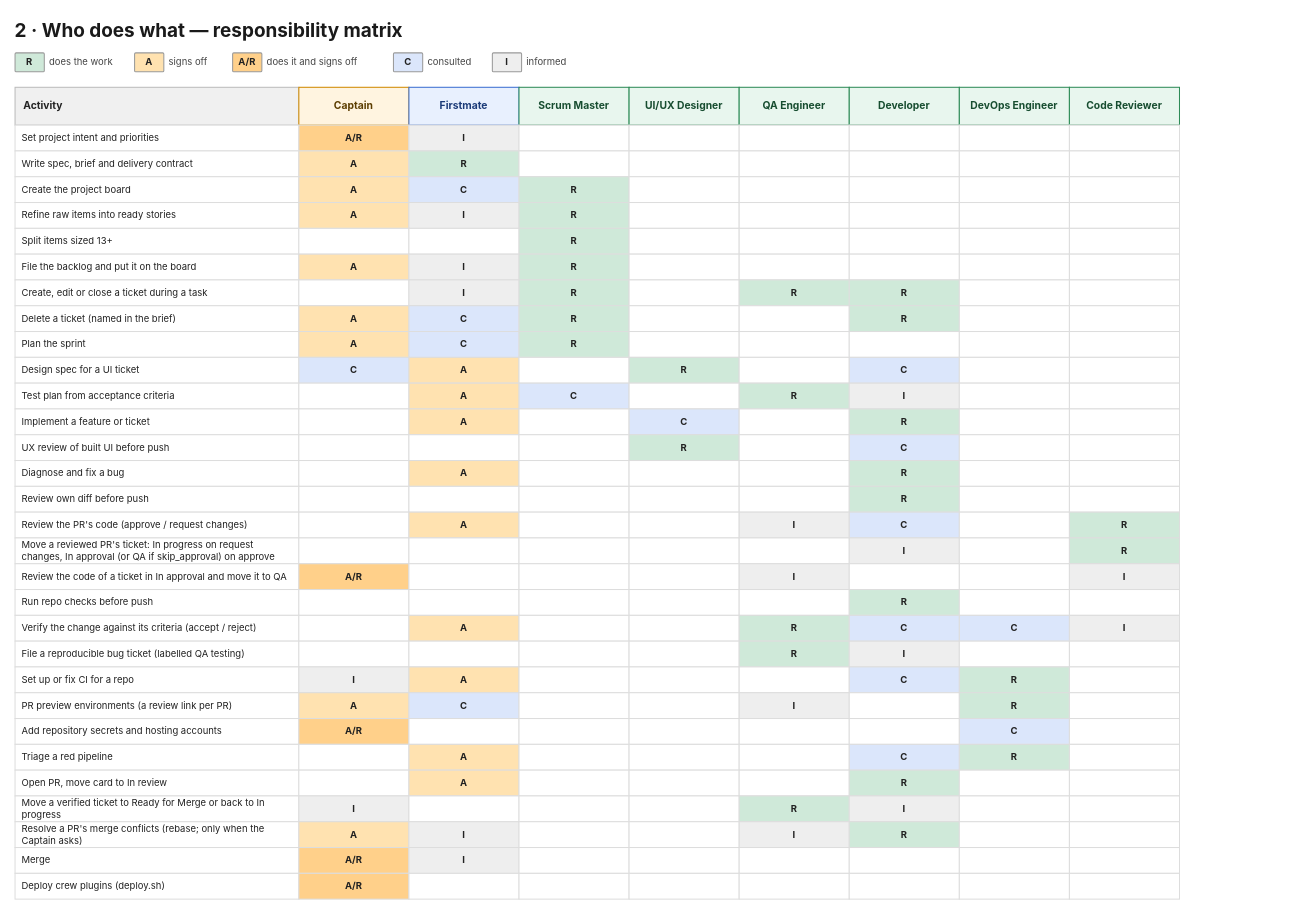
Above: page "2 · Responsibility matrix" (2 of 3) of docs/firstmate/team.drawio in shulginilya/ai_agency_plugins (draw.io), before the change. Source tidied: cells renumbered, new cells numbered last; positions are measured from the earlier drawing's top-left corner, leaving out a move shared by most shapes. Both pictures are drawn from the tidied source at 86%, with x=0, y=0 at pixel (15, 15).
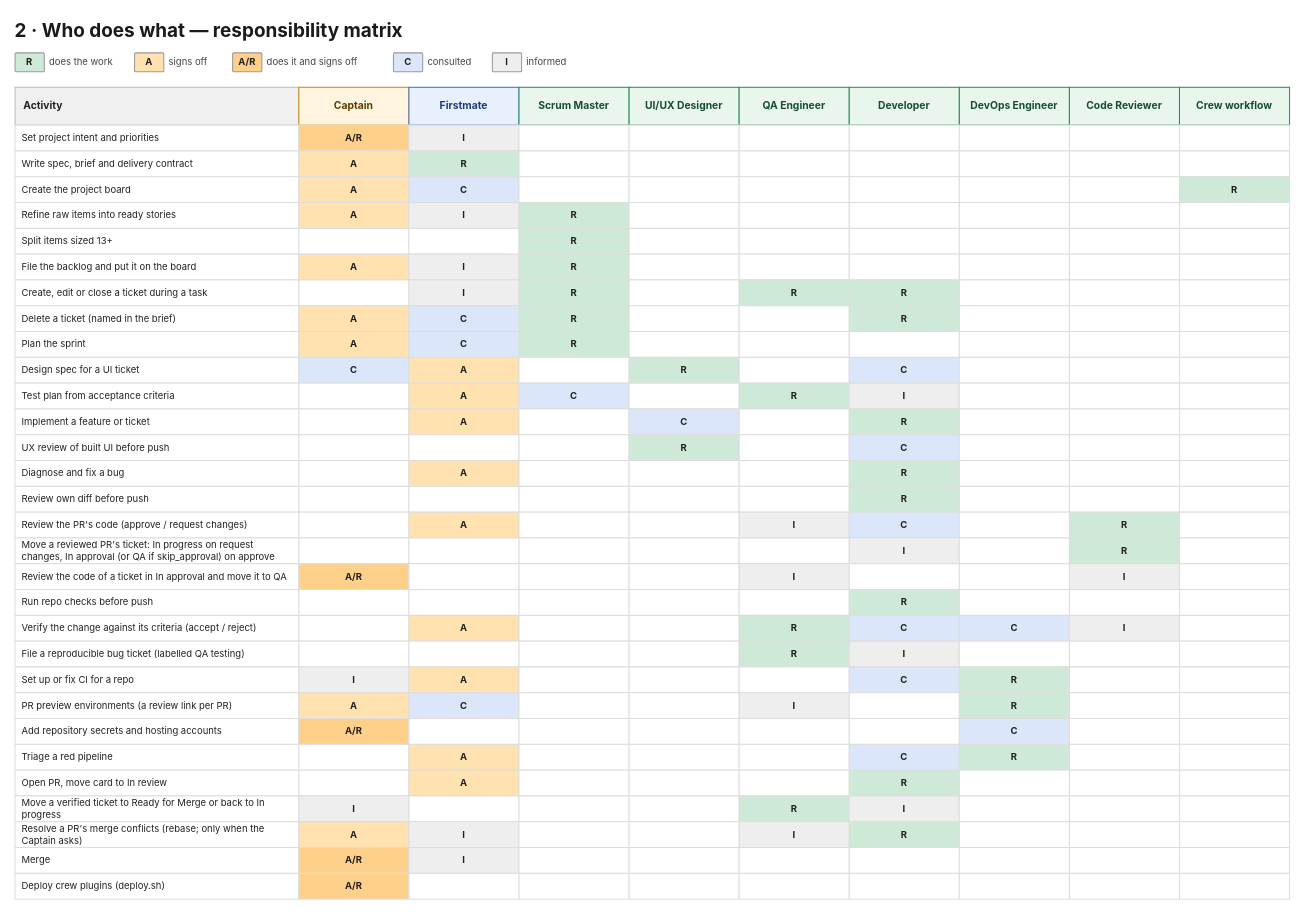
The same diagram, later.

Commit message (it also covers changes not shown here):
chore(firstmate): regenerate crew diagram [skip ci]

Change to the diagram source:
```diff
@@
+    <mxCell id="292" value="&lt;div style=&quot;font-size:12px;&quot;&gt;&lt;b&gt;Crew workflow&lt;/b&gt;&lt;/div&gt;" style="rounded=0;arcSize=6;whiteSpace=wrap;html=1;fillColor=#e8f6ee;strokeColor=#2e8b57;fontColor=#174d30;strokeWidth=1.2;align=center;verticalAlign=middle;spacing=4;fontFamily=Inter;" parent="1" vertex="1">
+      <mxGeometry x="1354" y="84" width="128" height="44" as="geometry" />
+    </mxCell>
@@
+    <mxCell id="293" value="&lt;div style=&quot;font-size:11px;&quot;&gt;&lt;/div&gt;" style="rounded=0;arcSize=6;whiteSpace=wrap;html=1;fillColor=#ffffff;strokeColor=#dddddd;fontColor=#222222;strokeWidth=1.2;align=center;verticalAlign=middle;spacing=2;fontFamily=Inter;" parent="1" vertex="1">
+      <mxGeometry x="1354" y="128" width="128" height="30" as="geometry" />
+    </mxCell>
@@
+    <mxCell id="294" value="&lt;div style=&quot;font-size:11px;&quot;&gt;&lt;/div&gt;" style="rounded=0;arcSize=6;whiteSpace=wrap;html=1;fillColor=#ffffff;strokeColor=#dddddd;fontColor=#222222;strokeWidth=1.2;align=center;verticalAlign=middle;spacing=2;fontFamily=Inter;" parent="1" vertex="1">
+      <mxGeometry x="1354" y="158" width="128" height="30" as="geometry" />
+    </mxCell>
@@
-    <mxCell id="43" value="&lt;div style=&quot;font-size:11px;&quot;&gt;&lt;b&gt;R&lt;/b&gt;&lt;/div&gt;" style="rounded=0;arcSize=6;whiteSpace=wrap;html=1;fillColor=#cfe9d9;strokeColor=#dddddd;fontColor=#222222;strokeWidth=1.2;align=center;verticalAlign=middle;spacing=2;fontFamily=Inter;" parent="1" vertex="1">
+    <mxCell id="43" value="&lt;div style=&quot;font-size:11px;&quot;&gt;&lt;/div&gt;" style="rounded=0;arcSize=6;whiteSpace=wrap;html=1;fillColor=#ffffff;strokeColor=#dddddd;fontColor=#222222;strokeWidth=1.2;align=center;verticalAlign=middle;spacing=2;fontFamily=Inter;" parent="1" vertex="1">
       <mxGeometry x="586" y="188" width="128" height="30" as="geometry" />
     </mxCell>
@@
+    <mxCell id="295" value="&lt;div style=&quot;font-size:11px;&quot;&gt;&lt;b&gt;R&lt;/b&gt;&lt;/div&gt;" style="rounded=0;arcSize=6;whiteSpace=wrap;html=1;fillColor=#cfe9d9;strokeColor=#dddddd;fontColor=#222222;strokeWidth=1.2;align=center;verticalAlign=middle;spacing=2;fontFamily=Inter;" parent="1" vertex="1">
+      <mxGeometry x="1354" y="188" width="128" height="30" as="geometry" />
+    </mxCell>
@@
+    <mxCell id="296" value="&lt;div style=&quot;font-size:11px;&quot;&gt;&lt;/div&gt;" style="rounded=0;arcSize=6;whiteSpace=wrap;html=1;fillColor=#ffffff;strokeColor=#dddddd;fontColor=#222222;strokeWidth=1.2;align=center;verticalAlign=middle;spacing=2;fontFamily=Inter;" parent="1" vertex="1">
+      <mxGeometry x="1354" y="218" width="128" height="30" as="geometry" />
+    </mxCell>
@@
+    <mxCell id="297" value="&lt;div style=&quot;font-size:11px;&quot;&gt;&lt;/div&gt;" style="rounded=0;arcSize=6;whiteSpace=wrap;html=1;fillColor=#ffffff;strokeColor=#dddddd;fontColor=#222222;strokeWidth=1.2;align=center;verticalAlign=middle;spacing=2;fontFamily=Inter;" parent="1" vertex="1">
+      <mxGeometry x="1354" y="248" width="128" height="30" as="geometry" />
+    </mxCell>
@@
+    <mxCell id="298" value="&lt;div style=&quot;font-size:11px;&quot;&gt;&lt;/div&gt;" style="rounded=0;arcSize=6;whiteSpace=wrap;html=1;fillColor=#ffffff;strokeColor=#dddddd;fontColor=#222222;strokeWidth=1.2;align=center;verticalAlign=middle;spacing=2;fontFamily=Inter;" parent="1" vertex="1">
+      <mxGeometry x="1354" y="278" width="128" height="30" as="geometry" />
+    </mxCell>
@@
+    <mxCell id="299" value="&lt;div style=&quot;font-size:11px;&quot;&gt;&lt;/div&gt;" style="rounded=0;arcSize=6;whiteSpace=wrap;html=1;fillColor=#ffffff;strokeColor=#dddddd;fontColor=#222222;strokeWidth=1.2;align=center;verticalAlign=middle;spacing=2;fontFamily=Inter;" parent="1" vertex="1">
+      <mxGeometry x="1354" y="308" width="128" height="30" as="geometry" />
+    </mxCell>
@@
+    <mxCell id="300" value="&lt;div style=&quot;font-size:11px;&quot;&gt;&lt;/div&gt;" style="rounded=0;arcSize=6;whiteSpace=wrap;html=1;fillColor=#ffffff;strokeColor=#dddddd;fontColor=#222222;strokeWidth=1.2;align=center;verticalAlign=middle;spacing=2;fontFamily=Inter;" parent="1" vertex="1">
+      <mxGeometry x="1354" y="338" width="128" height="30" as="geometry" />
+    </mxCell>
@@
+    <mxCell id="301" value="&lt;div style=&quot;font-size:11px;&quot;&gt;&lt;/div&gt;" style="rounded=0;arcSize=6;whiteSpace=wrap;html=1;fillColor=#ffffff;strokeColor=#dddddd;fontColor=#222222;strokeWidth=1.2;align=center;verticalAlign=middle;spacing=2;fontFamily=Inter;" parent="1" vertex="1">
+      <mxGeometry x="1354" y="368" width="128" height="30" as="geometry" />
+    </mxCell>
@@
+    <mxCell id="302" value="&lt;div style=&quot;font-size:11px;&quot;&gt;&lt;/div&gt;" style="rounded=0;arcSize=6;whiteSpace=wrap;html=1;fillColor=#ffffff;strokeColor=#dddddd;fontColor=#222222;strokeWidth=1.2;align=center;verticalAlign=middle;spacing=2;fontFamily=Inter;" parent="1" vertex="1">
+      <mxGeometry x="1354" y="398" width="128" height="30" as="geometry" />
+    </mxCell>
@@
+    <mxCell id="303" value="&lt;div style=&quot;font-size:11px;&quot;&gt;&lt;/div&gt;" style="rounded=0;arcSize=6;whiteSpace=wrap;html=1;fillColor=#ffffff;strokeColor=#dddddd;fontColor=#222222;strokeWidth=1.2;align=center;verticalAlign=middle;spacing=2;fontFamily=Inter;" parent="1" vertex="1">
+      <mxGeometry x="1354" y="428" width="128" height="30" as="geometry" />
+    </mxCell>
@@
+    <mxCell id="304" value="&lt;div style=&quot;font-size:11px;&quot;&gt;&lt;/div&gt;" style="rounded=0;arcSize=6;whiteSpace=wrap;html=1;fillColor=#ffffff;strokeColor=#dddddd;fontColor=#222222;strokeWidth=1.2;align=center;verticalAlign=middle;spacing=2;fontFamily=Inter;" parent="1" vertex="1">
+      <mxGeometry x="1354" y="458" width="128" height="30" as="geometry" />
+    </mxCell>
@@
+    <mxCell id="305" value="&lt;div style=&quot;font-size:11px;&quot;&gt;&lt;/div&gt;" style="rounded=0;arcSize=6;whiteSpace=wrap;html=1;fillColor=#ffffff;strokeColor=#dddddd;fontColor=#222222;strokeWidth=1.2;align=center;verticalAlign=middle;spacing=2;fontFamily=Inter;" parent="1" vertex="1">
+      <mxGeometry x="1354" y="488" width="128" height="30" as="geometry" />
+    </mxCell>
@@
+    <mxCell id="306" value="&lt;div style=&quot;font-size:11px;&quot;&gt;&lt;/div&gt;" style="rounded=0;arcSize=6;whiteSpace=wrap;html=1;fillColor=#ffffff;strokeColor=#dddddd;fontColor=#222222;strokeWidth=1.2;align=center;verticalAlign=middle;spacing=2;fontFamily=Inter;" parent="1" vertex="1">
+      <mxGeometry x="1354" y="518" width="128" height="30" as="geometry" />
+    </mxCell>
@@
+    <mxCell id="307" value="&lt;div style=&quot;font-size:11px;&quot;&gt;&lt;/div&gt;" style="rounded=0;arcSize=6;whiteSpace=wrap;html=1;fillColor=#ffffff;strokeColor=#dddddd;fontColor=#222222;strokeWidth=1.2;align=center;verticalAlign=middle;spacing=2;fontFamily=Inter;" parent="1" vertex="1">
+      <mxGeometry x="1354" y="548" width="128" height="30" as="geometry" />
+    </mxCell>
@@
+    <mxCell id="308" value="&lt;div style=&quot;font-size:11px;&quot;&gt;&lt;/div&gt;" style="rounded=0;arcSize=6;whiteSpace=wrap;html=1;fillColor=#ffffff;strokeColor=#dddddd;fontColor=#222222;strokeWidth=1.2;align=center;verticalAlign=middle;spacing=2;fontFamily=Inter;" parent="1" vertex="1">
+      <mxGeometry x="1354" y="578" width="128" height="30" as="geometry" />
+    </mxCell>
@@
+    <mxCell id="309" value="&lt;div style=&quot;font-size:11px;&quot;&gt;&lt;/div&gt;" style="rounded=0;arcSize=6;whiteSpace=wrap;html=1;fillColor=#ffffff;strokeColor=#dddddd;fontColor=#222222;strokeWidth=1.2;align=center;verticalAlign=middle;spacing=2;fontFamily=Inter;" parent="1" vertex="1">
+      <mxGeometry x="1354" y="608" width="128" height="30" as="geometry" />
+    </mxCell>
@@
+    <mxCell id="310" value="&lt;div style=&quot;font-size:11px;&quot;&gt;&lt;/div&gt;" style="rounded=0;arcSize=6;whiteSpace=wrap;html=1;fillColor=#ffffff;strokeColor=#dddddd;fontColor=#222222;strokeWidth=1.2;align=center;verticalAlign=middle;spacing=2;fontFamily=Inter;" parent="1" vertex="1">
+      <mxGeometry x="1354" y="638" width="128" height="30" as="geometry" />
+    </mxCell>
@@
+    <mxCell id="311" value="&lt;div style=&quot;font-size:11px;&quot;&gt;&lt;/div&gt;" style="rounded=0;arcSize=6;whiteSpace=wrap;html=1;fillColor=#ffffff;strokeColor=#dddddd;fontColor=#222222;strokeWidth=1.2;align=center;verticalAlign=middle;spacing=2;fontFamily=Inter;" parent="1" vertex="1">
+      <mxGeometry x="1354" y="668" width="128" height="30" as="geometry" />
+    </mxCell>
@@
+    <mxCell id="312" value="&lt;div style=&quot;font-size:11px;&quot;&gt;&lt;/div&gt;" style="rounded=0;arcSize=6;whiteSpace=wrap;html=1;fillColor=#ffffff;strokeColor=#dddddd;fontColor=#222222;strokeWidth=1.2;align=center;verticalAlign=middle;spacing=2;fontFamily=Inter;" parent="1" vertex="1">
+      <mxGeometry x="1354" y="698" width="128" height="30" as="geometry" />
+    </mxCell>
@@
+    <mxCell id="313" value="&lt;div style=&quot;font-size:11px;&quot;&gt;&lt;/div&gt;" style="rounded=0;arcSize=6;whiteSpace=wrap;html=1;fillColor=#ffffff;strokeColor=#dddddd;fontColor=#222222;strokeWidth=1.2;align=center;verticalAlign=middle;spacing=2;fontFamily=Inter;" parent="1" vertex="1">
+      <mxGeometry x="1354" y="728" width="128" height="30" as="geometry" />
+    </mxCell>
@@
+    <mxCell id="314" value="&lt;div style=&quot;font-size:11px;&quot;&gt;&lt;/div&gt;" style="rounded=0;arcSize=6;whiteSpace=wrap;html=1;fillColor=#ffffff;strokeColor=#dddddd;fontColor=#222222;strokeWidth=1.2;align=center;verticalAlign=middle;spacing=2;fontFamily=Inter;" parent="1" vertex="1">
+      <mxGeometry x="1354" y="758" width="128" height="30" as="geometry" />
+    </mxCell>
@@
+    <mxCell id="315" value="&lt;div style=&quot;font-size:11px;&quot;&gt;&lt;/div&gt;" style="rounded=0;arcSize=6;whiteSpace=wrap;html=1;fillColor=#ffffff;strokeColor=#dddddd;fontColor=#222222;strokeWidth=1.2;align=center;verticalAlign=middle;spacing=2;fontFamily=Inter;" parent="1" vertex="1">
+      <mxGeometry x="1354" y="788" width="128" height="30" as="geometry" />
+    </mxCell>
@@
+    <mxCell id="316" value="&lt;div style=&quot;font-size:11px;&quot;&gt;&lt;/div&gt;" style="rounded=0;arcSize=6;whiteSpace=wrap;html=1;fillColor=#ffffff;strokeColor=#dddddd;fontColor=#222222;strokeWidth=1.2;align=center;verticalAlign=middle;spacing=2;fontFamily=Inter;" parent="1" vertex="1">
+      <mxGeometry x="1354" y="818" width="128" height="30" as="geometry" />
+    </mxCell>
@@
+    <mxCell id="317" value="&lt;div style=&quot;font-size:11px;&quot;&gt;&lt;/div&gt;" style="rounded=0;arcSize=6;whiteSpace=wrap;html=1;fillColor=#ffffff;strokeColor=#dddddd;fontColor=#222222;strokeWidth=1.2;align=center;verticalAlign=middle;spacing=2;fontFamily=Inter;" parent="1" vertex="1">
+      <mxGeometry x="1354" y="848" width="128" height="30" as="geometry" />
+    </mxCell>
@@
+    <mxCell id="318" value="&lt;div style=&quot;font-size:11px;&quot;&gt;&lt;/div&gt;" style="rounded=0;arcSize=6;whiteSpace=wrap;html=1;fillColor=#ffffff;strokeColor=#dddddd;fontColor=#222222;strokeWidth=1.2;align=center;verticalAlign=middle;spacing=2;fontFamily=Inter;" parent="1" vertex="1">
+      <mxGeometry x="1354" y="878" width="128" height="30" as="geometry" />
+    </mxCell>
@@
+    <mxCell id="319" value="&lt;div style=&quot;font-size:11px;&quot;&gt;&lt;/div&gt;" style="rounded=0;arcSize=6;whiteSpace=wrap;html=1;fillColor=#ffffff;strokeColor=#dddddd;fontColor=#222222;strokeWidth=1.2;align=center;verticalAlign=middle;spacing=2;fontFamily=Inter;" parent="1" vertex="1">
+      <mxGeometry x="1354" y="908" width="128" height="30" as="geometry" />
+    </mxCell>
@@
+    <mxCell id="320" value="&lt;div style=&quot;font-size:11px;&quot;&gt;&lt;/div&gt;" style="rounded=0;arcSize=6;whiteSpace=wrap;html=1;fillColor=#ffffff;strokeColor=#dddddd;fontColor=#222222;strokeWidth=1.2;align=center;verticalAlign=middle;spacing=2;fontFamily=Inter;" parent="1" vertex="1">
+      <mxGeometry x="1354" y="938" width="128" height="30" as="geometry" />
+    </mxCell>
@@
+    <mxCell id="321" value="&lt;div style=&quot;font-size:11px;&quot;&gt;&lt;/div&gt;" style="rounded=0;arcSize=6;whiteSpace=wrap;html=1;fillColor=#ffffff;strokeColor=#dddddd;fontColor=#222222;strokeWidth=1.2;align=center;verticalAlign=middle;spacing=2;fontFamily=Inter;" parent="1" vertex="1">
+      <mxGeometry x="1354" y="968" width="128" height="30" as="geometry" />
+    </mxCell>
@@
+    <mxCell id="322" value="&lt;div style=&quot;font-size:11px;&quot;&gt;&lt;/div&gt;" style="rounded=0;arcSize=6;whiteSpace=wrap;html=1;fillColor=#ffffff;strokeColor=#dddddd;fontColor=#222222;strokeWidth=1.2;align=center;verticalAlign=middle;spacing=2;fontFamily=Inter;" parent="1" vertex="1">
+      <mxGeometry x="1354" y="998" width="128" height="30" as="geometry" />
+    </mxCell>
```
